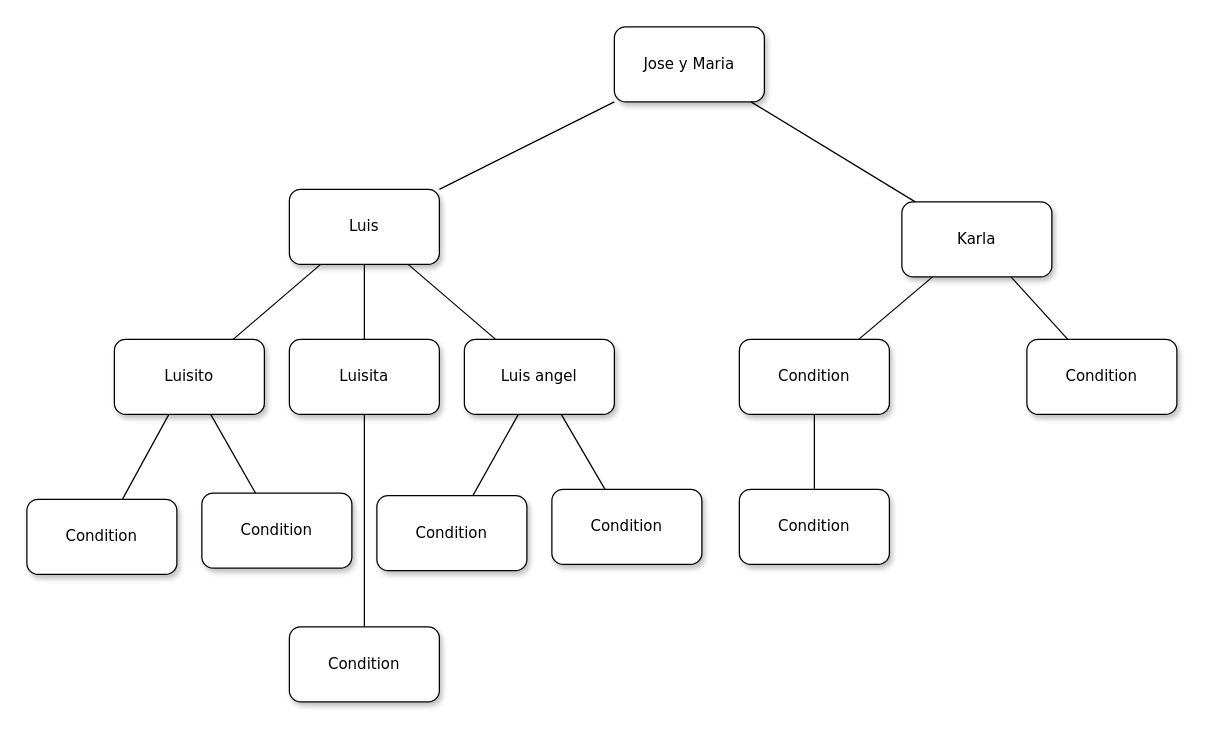
The draw.io diagram ACT4/organisation.drawio in Chelqq/KBS, before the edit. Source tidied: cells renumbered, new cells numbered last; positions are measured from the earlier drawing's top-left corner, leaving out a move shared by most shapes. Both pictures are drawn from the tidied source at 125%, with x=0, y=0 at pixel (26, 26).
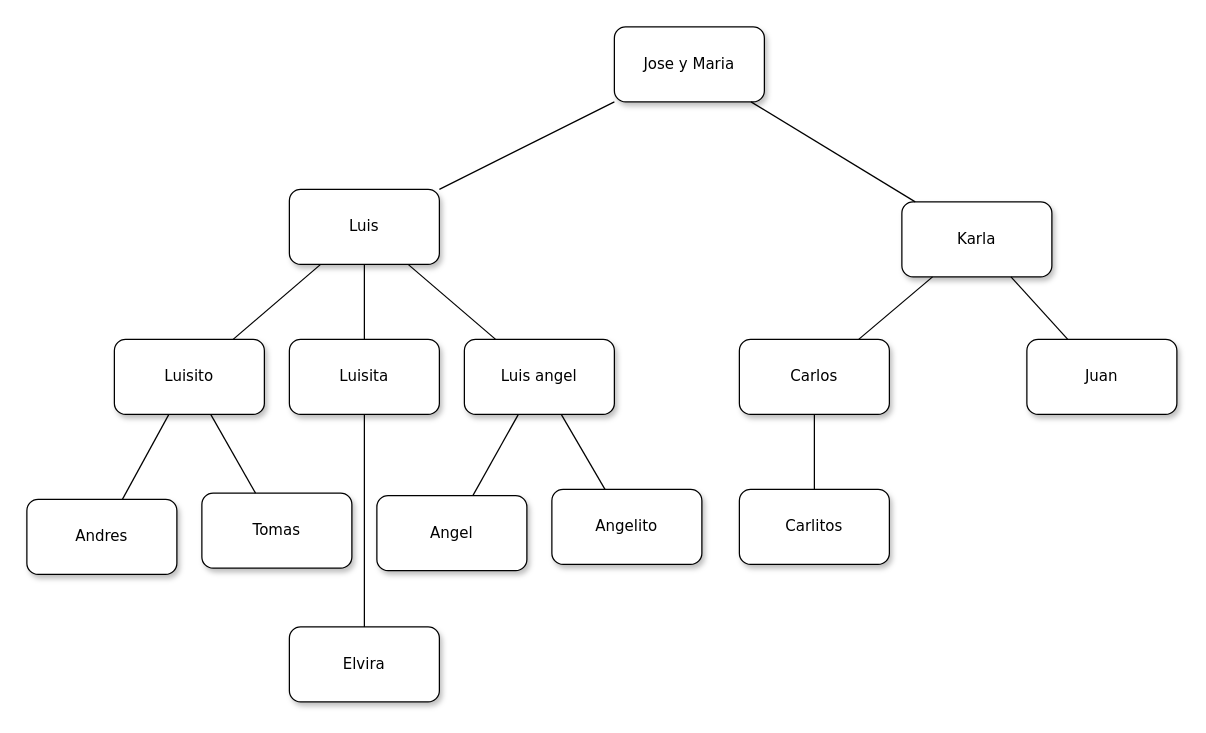
After the change.

Commit message (it also covers changes not shown here):
all names added

The edit, as a diff of the source:
```diff
@@
-    <mxCell id="13" value="&lt;span&gt;Condition&lt;/span&gt;" style="whiteSpace=wrap;html=1;rounded=1;shadow=1;labelBackgroundColor=none;strokeWidth=1;fontFamily=Verdana;fontSize=12;align=center;" parent="1" vertex="1">
+    <mxCell id="13" value="&lt;span&gt;Carlos&lt;/span&gt;" style="whiteSpace=wrap;html=1;rounded=1;shadow=1;labelBackgroundColor=none;strokeWidth=1;fontFamily=Verdana;fontSize=12;align=center;" parent="1" vertex="1">
       <mxGeometry x="570" y="250" width="120" height="60" as="geometry" />
     </mxCell>
-    <mxCell id="14" value="&lt;span&gt;Condition&lt;/span&gt;" style="whiteSpace=wrap;html=1;rounded=1;shadow=1;labelBackgroundColor=none;strokeWidth=1;fontFamily=Verdana;fontSize=12;align=center;" parent="1" vertex="1">
+    <mxCell id="14" value="&lt;span&gt;Juan&lt;/span&gt;" style="whiteSpace=wrap;html=1;rounded=1;shadow=1;labelBackgroundColor=none;strokeWidth=1;fontFamily=Verdana;fontSize=12;align=center;" parent="1" vertex="1">
       <mxGeometry x="800" y="250" width="120" height="60" as="geometry" />
     </mxCell>
@@
-    <mxCell id="17" value="&lt;span&gt;Condition&lt;/span&gt;" style="whiteSpace=wrap;html=1;rounded=1;shadow=1;labelBackgroundColor=none;strokeWidth=1;fontFamily=Verdana;fontSize=12;align=center;" parent="1" vertex="1">
+    <mxCell id="17" value="&lt;span&gt;Carlitos&lt;/span&gt;" style="whiteSpace=wrap;html=1;rounded=1;shadow=1;labelBackgroundColor=none;strokeWidth=1;fontFamily=Verdana;fontSize=12;align=center;" parent="1" vertex="1">
       <mxGeometry x="570" y="370" width="120" height="60" as="geometry" />
     </mxCell>
@@
-    <mxCell id="19" value="&lt;span&gt;Condition&lt;/span&gt;" style="whiteSpace=wrap;html=1;rounded=1;shadow=1;labelBackgroundColor=none;strokeWidth=1;fontFamily=Verdana;fontSize=12;align=center;" parent="1" vertex="1">
+    <mxCell id="19" value="Elvira" style="whiteSpace=wrap;html=1;rounded=1;shadow=1;labelBackgroundColor=none;strokeWidth=1;fontFamily=Verdana;fontSize=12;align=center;" parent="1" vertex="1">
       <mxGeometry x="210" y="480" width="120" height="60" as="geometry" />
     </mxCell>
@@
-    <mxCell id="21" value="&lt;span&gt;Condition&lt;/span&gt;" style="whiteSpace=wrap;html=1;rounded=1;shadow=1;labelBackgroundColor=none;strokeWidth=1;fontFamily=Verdana;fontSize=12;align=center;" parent="1" vertex="1">
+    <mxCell id="21" value="&lt;span&gt;Angel&lt;/span&gt;" style="whiteSpace=wrap;html=1;rounded=1;shadow=1;labelBackgroundColor=none;strokeWidth=1;fontFamily=Verdana;fontSize=12;align=center;" parent="1" vertex="1">
       <mxGeometry x="280" y="375" width="120" height="60" as="geometry" />
     </mxCell>
-    <mxCell id="22" value="&lt;span&gt;Condition&lt;/span&gt;" style="whiteSpace=wrap;html=1;rounded=1;shadow=1;labelBackgroundColor=none;strokeWidth=1;fontFamily=Verdana;fontSize=12;align=center;" parent="1" vertex="1">
+    <mxCell id="22" value="&lt;span&gt;Angelito&lt;/span&gt;" style="whiteSpace=wrap;html=1;rounded=1;shadow=1;labelBackgroundColor=none;strokeWidth=1;fontFamily=Verdana;fontSize=12;align=center;" parent="1" vertex="1">
       <mxGeometry x="420" y="370" width="120" height="60" as="geometry" />
     </mxCell>
@@
-    <mxCell id="25" value="&lt;span&gt;Condition&lt;/span&gt;" style="whiteSpace=wrap;html=1;rounded=1;shadow=1;labelBackgroundColor=none;strokeWidth=1;fontFamily=Verdana;fontSize=12;align=center;" parent="1" vertex="1">
+    <mxCell id="25" value="Andres" style="whiteSpace=wrap;html=1;rounded=1;shadow=1;labelBackgroundColor=none;strokeWidth=1;fontFamily=Verdana;fontSize=12;align=center;" parent="1" vertex="1">
       <mxGeometry y="378" width="120" height="60" as="geometry" />
     </mxCell>
-    <mxCell id="26" value="&lt;span&gt;Condition&lt;/span&gt;" style="whiteSpace=wrap;html=1;rounded=1;shadow=1;labelBackgroundColor=none;strokeWidth=1;fontFamily=Verdana;fontSize=12;align=center;" parent="1" vertex="1">
+    <mxCell id="26" value="Tomas" style="whiteSpace=wrap;html=1;rounded=1;shadow=1;labelBackgroundColor=none;strokeWidth=1;fontFamily=Verdana;fontSize=12;align=center;" parent="1" vertex="1">
       <mxGeometry x="140" y="373" width="120" height="60" as="geometry" />
     </mxCell>
```
